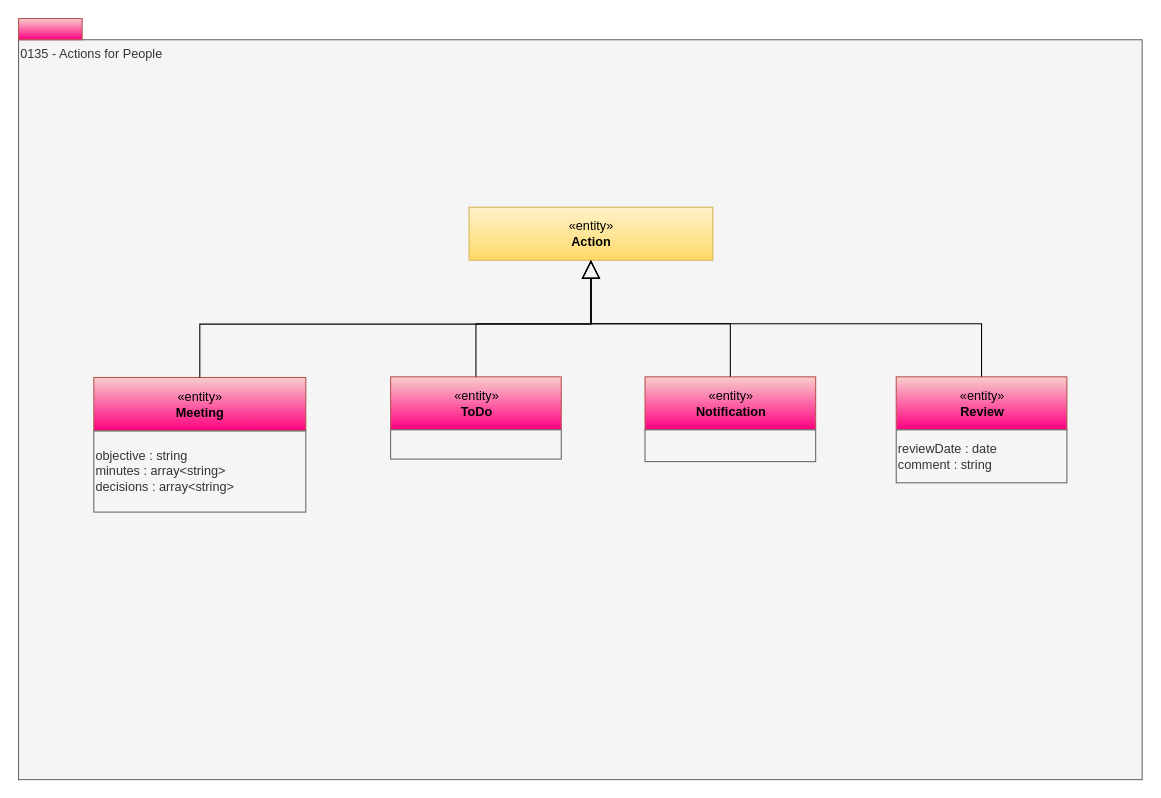
odpi/egeria-docs keeps this draw.io diagram as page "0135-Actions-For-People" (12 of 16) of site/docs/types/1/area-1-collaboration.drawio. Above is the earlier version. Source tidied: cells renumbered, new cells numbered last; positions are measured from the earlier drawing's top-left corner, leaving out a move shared by most shapes. Both pictures are drawn from the tidied source at 106%, with x=0, y=0 at pixel (18, 18).
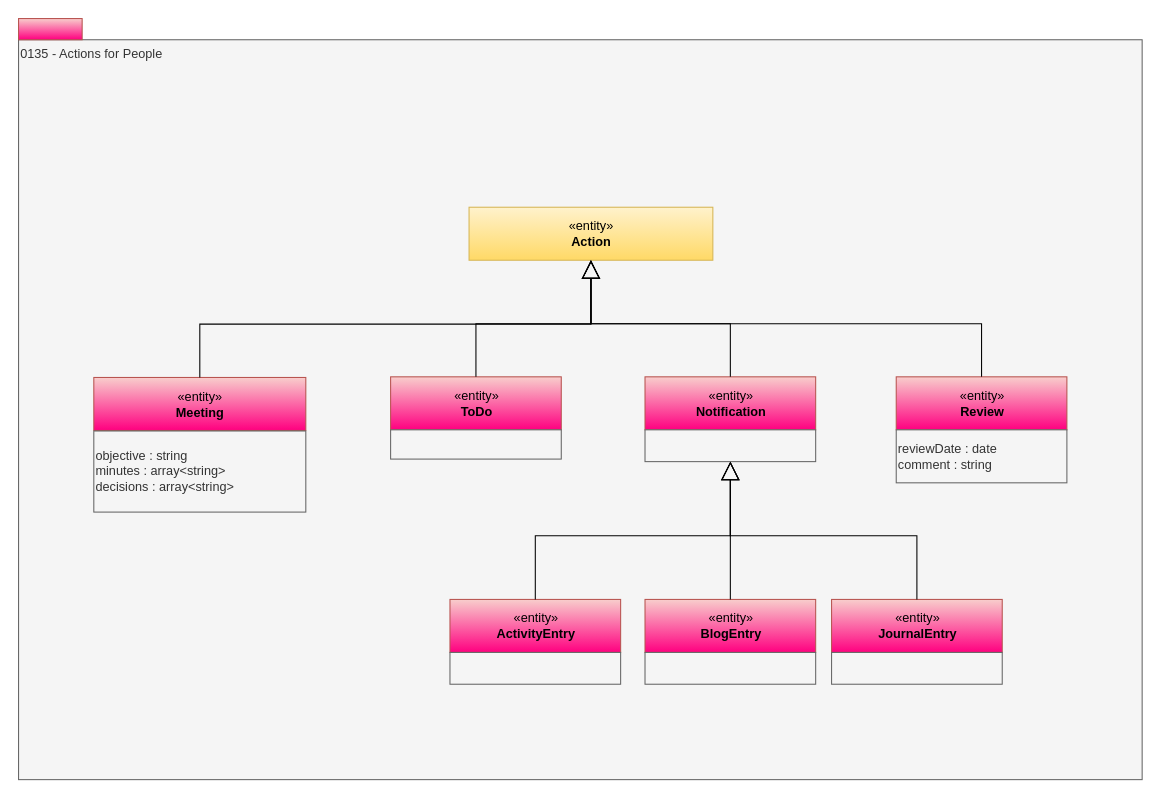
Above is the later version.

Unchanged cells that the change refers to:
```xml
<mxCell id="12" style="rounded=0;whiteSpace=wrap;html=1;align=left;fillColor=#f5f5f5;fontColor=#333333;strokeColor=#666666;" parent="1" vertex="1">
  <mxGeometry x="591" y="388" width="161" height="30" as="geometry" />
</mxCell>
```

The edit, as a diff of the source:
```diff
@@
+    <mxCell id="17" value="«entity»&lt;div&gt;&lt;b&gt;ActivityEntry&lt;/b&gt;&lt;/div&gt;" style="html=1;strokeColor=#b85450;align=center;fillColor=#f8cecc;gradientColor=#FF0080;" parent="1" vertex="1">
+      <mxGeometry x="407" y="548" width="161" height="50" as="geometry" />
+    </mxCell>
+    <mxCell id="18" style="rounded=0;whiteSpace=wrap;html=1;align=left;fillColor=#f5f5f5;fontColor=#333333;strokeColor=#666666;" parent="1" vertex="1">
+      <mxGeometry x="407" y="598" width="161" height="30" as="geometry" />
+    </mxCell>
+    <mxCell id="19" style="edgeStyle=orthogonalEdgeStyle;rounded=0;jettySize=auto;html=1;exitX=0.5;exitY=0;exitDx=0;exitDy=0;endArrow=block;endFill=0;endSize=15;entryX=0.5;entryY=1;entryDx=0;entryDy=0;" parent="1" edge="1" source="17" target="12">
+      <mxGeometry relative="1" as="geometry" />
+    </mxCell>
+    <mxCell id="20" value="«entity»&lt;br&gt;&lt;b&gt;JournalEntry&lt;/b&gt;" style="html=1;strokeColor=#b85450;align=center;fillColor=#f8cecc;gradientColor=#FF0080;" parent="1" vertex="1">
+      <mxGeometry x="767" y="548" width="161" height="50" as="geometry" />
+    </mxCell>
+    <mxCell id="21" style="rounded=0;whiteSpace=wrap;html=1;align=left;fillColor=#f5f5f5;fontColor=#333333;strokeColor=#666666;" parent="1" vertex="1">
+      <mxGeometry x="767" y="598" width="161" height="30" as="geometry" />
+    </mxCell>
+    <mxCell id="22" style="edgeStyle=orthogonalEdgeStyle;rounded=0;jettySize=auto;html=1;exitX=0.5;exitY=0;exitDx=0;exitDy=0;endArrow=block;endFill=0;endSize=15;entryX=0.5;entryY=1;entryDx=0;entryDy=0;" parent="1" edge="1" source="20" target="12">
+      <mxGeometry relative="1" as="geometry" />
+    </mxCell>
+    <mxCell id="23" value="«entity»&lt;br&gt;&lt;b&gt;BlogEntry&lt;/b&gt;" style="html=1;strokeColor=#b85450;align=center;fillColor=#f8cecc;gradientColor=#FF0080;" parent="1" vertex="1">
+      <mxGeometry x="591" y="548" width="161" height="50" as="geometry" />
+    </mxCell>
+    <mxCell id="24" style="rounded=0;whiteSpace=wrap;html=1;align=left;fillColor=#f5f5f5;fontColor=#333333;strokeColor=#666666;" parent="1" vertex="1">
+      <mxGeometry x="591" y="598" width="161" height="30" as="geometry" />
+    </mxCell>
+    <mxCell id="25" style="edgeStyle=orthogonalEdgeStyle;rounded=0;jettySize=auto;html=1;exitX=0.5;exitY=0;exitDx=0;exitDy=0;endArrow=block;endFill=0;endSize=15;entryX=0.5;entryY=1;entryDx=0;entryDy=0;" parent="1" edge="1" source="23" target="12">
+      <mxGeometry relative="1" as="geometry" />
+    </mxCell>
```
